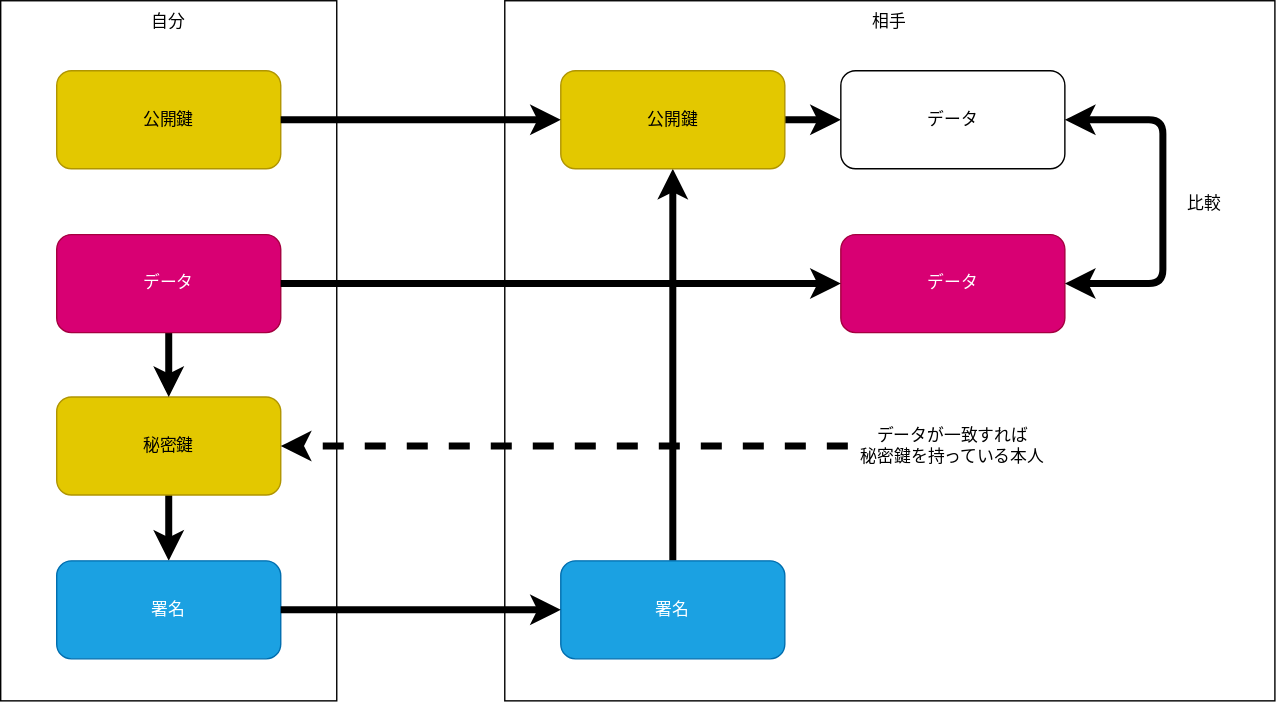
The draw.io diagram 3-BLOCKCHAIN/images/signature.drawio.svg in yamagame/backend-study, before a commit. Source tidied: cells renumbered, new cells last; positions are measured from the earlier drawing's top-left corner, leaving out a move shared by most shapes. The source it was exported from:
```xml
<mxGraphModel>
  <root>
    <mxCell id="0" />
    <mxCell id="1" parent="0" />
    <mxCell id="2" style="rounded=0;whiteSpace=wrap;html=1;" parent="1" vertex="1">
      <mxGeometry width="240" height="500" as="geometry" />
    </mxCell>
    <mxCell id="3" style="edgeStyle=none;html=1;strokeWidth=5;" parent="1" edge="1" source="4" target="7">
      <mxGeometry relative="1" as="geometry" />
    </mxCell>
    <mxCell id="4" value="秘密鍵" style="rounded=1;whiteSpace=wrap;html=1;fillColor=#e3c800;fontColor=#000000;strokeColor=#B09500;" parent="1" vertex="1">
      <mxGeometry x="40" y="283" width="160" height="70" as="geometry" />
    </mxCell>
    <mxCell id="5" style="edgeStyle=none;html=1;strokeWidth=5;" parent="1" edge="1" source="6" target="4">
      <mxGeometry relative="1" as="geometry" />
    </mxCell>
    <mxCell id="6" value="データ" style="rounded=1;whiteSpace=wrap;html=1;fillColor=#d80073;fontColor=#ffffff;strokeColor=#A50040;" parent="1" vertex="1">
      <mxGeometry x="40" y="167" width="160" height="70" as="geometry" />
    </mxCell>
    <mxCell id="7" value="署名" style="rounded=1;whiteSpace=wrap;html=1;fillColor=#1ba1e2;fontColor=#ffffff;strokeColor=#006EAF;" parent="1" vertex="1">
      <mxGeometry x="40" y="400" width="160" height="70" as="geometry" />
    </mxCell>
    <mxCell id="8" value="公開鍵" style="rounded=1;whiteSpace=wrap;html=1;fillColor=#e3c800;fontColor=#000000;strokeColor=#B09500;" parent="1" vertex="1">
      <mxGeometry x="40" y="50" width="160" height="70" as="geometry" />
    </mxCell>
    <mxCell id="9" style="rounded=0;whiteSpace=wrap;html=1;" parent="1" vertex="1">
      <mxGeometry x="360" width="550" height="500" as="geometry" />
    </mxCell>
    <mxCell id="10" value="データ" style="rounded=1;whiteSpace=wrap;html=1;fillColor=#d80073;fontColor=#ffffff;strokeColor=#A50040;" parent="1" vertex="1">
      <mxGeometry x="600" y="167" width="160" height="70" as="geometry" />
    </mxCell>
    <mxCell id="11" style="edgeStyle=none;html=1;strokeWidth=5;" parent="1" edge="1" source="12" target="14">
      <mxGeometry relative="1" as="geometry" />
    </mxCell>
    <mxCell id="12" value="署名" style="rounded=1;whiteSpace=wrap;html=1;fillColor=#1ba1e2;fontColor=#ffffff;strokeColor=#006EAF;" parent="1" vertex="1">
      <mxGeometry x="400" y="400" width="160" height="70" as="geometry" />
    </mxCell>
    <mxCell id="13" style="edgeStyle=none;html=1;strokeWidth=5;" parent="1" edge="1" source="14" target="21">
      <mxGeometry relative="1" as="geometry" />
    </mxCell>
    <mxCell id="14" value="公開鍵" style="rounded=1;whiteSpace=wrap;html=1;fillColor=#e3c800;fontColor=#000000;strokeColor=#B09500;" parent="1" vertex="1">
      <mxGeometry x="400" y="50" width="160" height="70" as="geometry" />
    </mxCell>
    <mxCell id="15" style="edgeStyle=none;html=1;strokeWidth=5;" parent="1" edge="1" source="6" target="10">
      <mxGeometry relative="1" as="geometry" />
    </mxCell>
    <mxCell id="16" style="edgeStyle=none;html=1;strokeWidth=5;" parent="1" edge="1" source="7" target="12">
      <mxGeometry relative="1" as="geometry" />
    </mxCell>
    <mxCell id="17" style="edgeStyle=none;html=1;strokeWidth=5;" parent="1" edge="1" source="8" target="14">
      <mxGeometry relative="1" as="geometry" />
    </mxCell>
    <mxCell id="18" value="自分" style="text;html=1;strokeColor=none;fillColor=none;align=center;verticalAlign=middle;whiteSpace=wrap;rounded=0;" parent="1" vertex="1">
      <mxGeometry x="90" width="60" height="30" as="geometry" />
    </mxCell>
    <mxCell id="19" value="相手" style="text;html=1;strokeColor=none;fillColor=none;align=center;verticalAlign=middle;whiteSpace=wrap;rounded=0;" parent="1" vertex="1">
      <mxGeometry x="605" width="60" height="30" as="geometry" />
    </mxCell>
    <mxCell id="20" style="edgeStyle=orthogonalEdgeStyle;html=1;strokeWidth=5;startArrow=classic;startFill=1;" parent="1" edge="1" source="21" target="10">
      <mxGeometry relative="1" as="geometry">
        <Array as="points">
          <mxPoint x="830" y="85" />
          <mxPoint x="830" y="202" />
        </Array>
      </mxGeometry>
    </mxCell>
    <mxCell id="21" value="データ" style="rounded=1;whiteSpace=wrap;html=1;" parent="1" vertex="1">
      <mxGeometry x="600" y="50" width="160" height="70" as="geometry" />
    </mxCell>
    <mxCell id="22" value="比較" style="text;html=1;strokeColor=none;fillColor=none;align=center;verticalAlign=middle;whiteSpace=wrap;rounded=0;" parent="1" vertex="1">
      <mxGeometry x="830" y="130" width="60" height="30" as="geometry" />
    </mxCell>
    <mxCell id="23" style="edgeStyle=none;html=1;strokeWidth=5;dashed=1;" parent="1" edge="1" source="24" target="4">
      <mxGeometry relative="1" as="geometry" />
    </mxCell>
    <mxCell id="24" value="データが一致すれば&lt;br&gt;秘密鍵を持っている本人" style="text;html=1;strokeColor=none;fillColor=none;align=center;verticalAlign=middle;whiteSpace=wrap;rounded=0;" parent="1" vertex="1">
      <mxGeometry x="605" y="289.5" width="150" height="57" as="geometry" />
    </mxCell>
  </root>
</mxGraphModel>
```
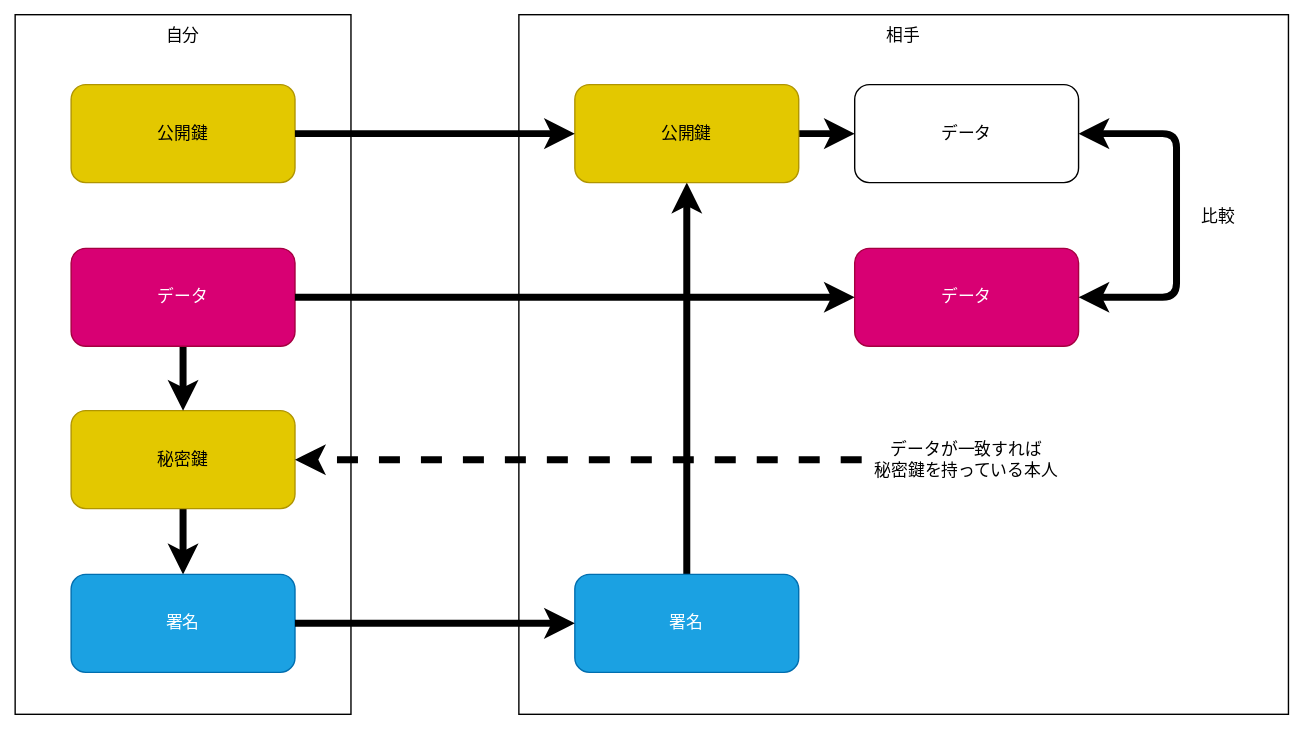
Later version of the same file.

Commit message:
背景色変更

Diff of the diagram source:
```diff
@@ -2,6 +2,9 @@
   <root>
     <mxCell id="0" />
     <mxCell id="1" parent="0" />
+    <mxCell id="25" style="rounded=0;whiteSpace=wrap;html=1;strokeColor=none;" parent="1" vertex="1">
+      <mxGeometry x="-10" y="-10" width="930" height="520" as="geometry" />
+    </mxCell>
     <mxCell id="2" style="rounded=0;whiteSpace=wrap;html=1;" parent="1" vertex="1">
       <mxGeometry width="240" height="500" as="geometry" />
     </mxCell>
```
